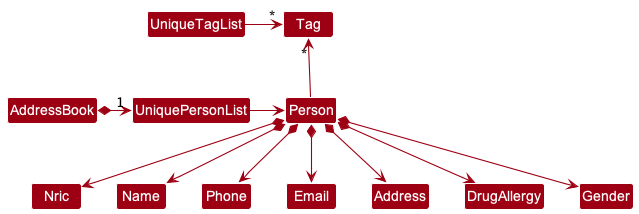
Above: docs/images/BetterNricModelClassDiagram.png in nus-cs2103-AY2223S2/tp (PlantUML), before the change. Its source is kept beside it as docs/diagrams/BetterNricModelClassDiagram.puml.
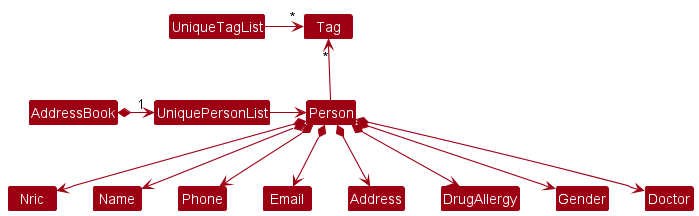
After the commit.

Commit message:
Update UserGuide.md and DeveloperGuide.md for Doctor field.

What changed in the source:
```diff
@@ -19,4 +19,5 @@
 Person *--> Address
 Person *--> DrugAllergy
 Person *--> Gender
+Person *--> Doctor
 @enduml
```
